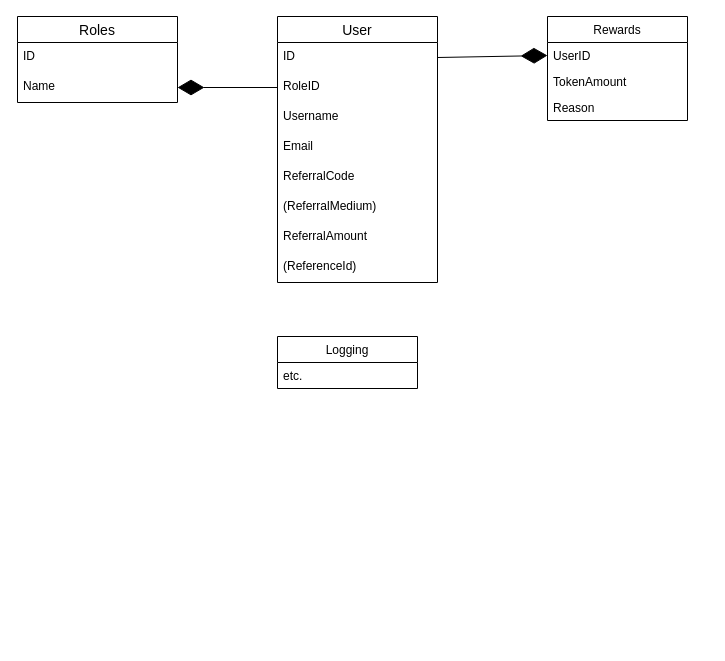
minima-global/incentivecash keeps this draw.io diagram as docs/images/dbase.drawio. Above is the earlier version. Source tidied: cells renumbered, new cells numbered last; positions are measured from the earlier drawing's top-left corner, leaving out a move shared by most shapes. Both pictures are drawn from the tidied source at 100%, with x=0, y=0 at pixel (17, 16).
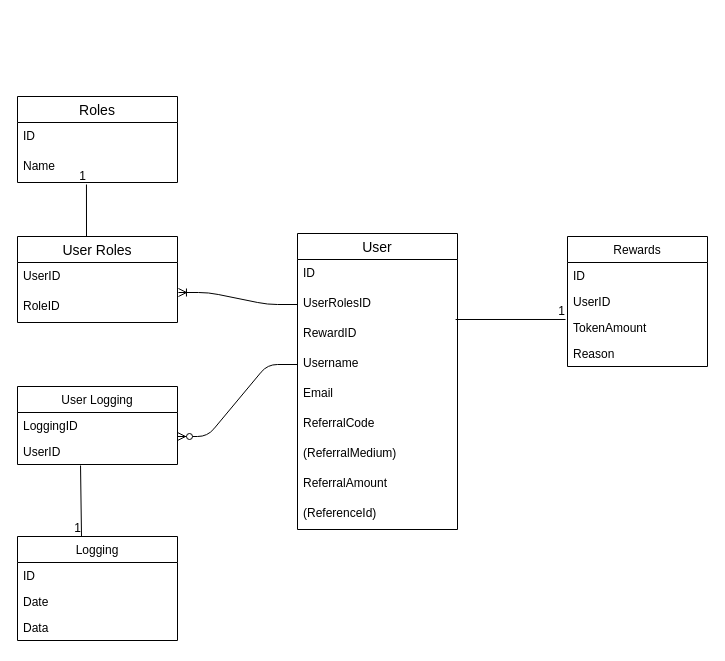
After the change.

The change refers to these unchanged cells:
```xml
<mxCell id="3" value="ID" style="text;strokeColor=none;fillColor=none;spacingLeft=4;spacingRight=4;overflow=hidden;points=[[0,0.5],[1,0.5]];portConstraint=eastwest;fontSize=12;" parent="2" vertex="1">
  <mxGeometry y="26" width="160" height="30" as="geometry" />
</mxCell>
<mxCell id="13" value="Name" style="text;strokeColor=none;fillColor=none;spacingLeft=4;spacingRight=4;overflow=hidden;points=[[0,0.5],[1,0.5]];portConstraint=eastwest;fontSize=12;" parent="11" vertex="1">
  <mxGeometry y="56" width="160" height="30" as="geometry" />
</mxCell>
```

Change to the diagram source:
```diff
@@
     <mxCell id="2" value="User" style="swimlane;fontStyle=0;horizontal=1;startSize=26;align=center;fontSize=14;" parent="1" vertex="1">
-      <mxGeometry x="260" width="160" height="266" as="geometry" />
+      <mxGeometry x="280" y="217" width="160" height="296" as="geometry" />
     </mxCell>
@@
-    <mxCell id="4" value="RoleID" style="text;strokeColor=none;fillColor=none;spacingLeft=4;spacingRight=4;overflow=hidden;points=[[0,0.5],[1,0.5]];portConstraint=eastwest;fontSize=12;" parent="2" vertex="1">
+    <mxCell id="4" value="UserRolesID" style="text;strokeColor=none;fillColor=none;spacingLeft=4;spacingRight=4;overflow=hidden;points=[[0,0.5],[1,0.5]];portConstraint=eastwest;fontSize=12;" parent="2" vertex="1">
       <mxGeometry y="56" width="160" height="30" as="geometry" />
     </mxCell>
+    <mxCell id="22" value="RewardID" style="text;strokeColor=none;fillColor=none;spacingLeft=4;spacingRight=4;overflow=hidden;points=[[0,0.5],[1,0.5]];portConstraint=eastwest;fontSize=12;" parent="2" vertex="1">
+      <mxGeometry y="86" width="160" height="30" as="geometry" />
+    </mxCell>
     <mxCell id="5" value="Username" style="text;strokeColor=none;fillColor=none;spacingLeft=4;spacingRight=4;overflow=hidden;points=[[0,0.5],[1,0.5]];portConstraint=eastwest;fontSize=12;" parent="2" vertex="1">
-      <mxGeometry y="86" width="160" height="30" as="geometry" />
+      <mxGeometry y="116" width="160" height="30" as="geometry" />
     </mxCell>
     <mxCell id="6" value="Email" style="text;strokeColor=none;fillColor=none;spacingLeft=4;spacingRight=4;overflow=hidden;fontSize=12;" parent="2" vertex="1">
-      <mxGeometry y="116" width="160" height="30" as="geometry" />
+      <mxGeometry y="146" width="160" height="30" as="geometry" />
     </mxCell>
     <mxCell id="7" value="ReferralCode" style="text;strokeColor=none;fillColor=none;spacingLeft=4;spacingRight=4;overflow=hidden;fontSize=12;" parent="2" vertex="1">
-      <mxGeometry y="146" width="160" height="30" as="geometry" />
+      <mxGeometry y="176" width="160" height="30" as="geometry" />
     </mxCell>
     <mxCell id="8" value="(ReferralMedium)" style="text;strokeColor=none;fillColor=none;spacingLeft=4;spacingRight=4;overflow=hidden;fontSize=12;" parent="2" vertex="1">
-      <mxGeometry y="176" width="160" height="30" as="geometry" />
+      <mxGeometry y="206" width="160" height="30" as="geometry" />
     </mxCell>
     <mxCell id="9" value="ReferralAmount" style="text;strokeColor=none;fillColor=none;spacingLeft=4;spacingRight=4;overflow=hidden;fontSize=12;" parent="2" vertex="1">
-      <mxGeometry y="206" width="160" height="30" as="geometry" />
+      <mxGeometry y="236" width="160" height="30" as="geometry" />
     </mxCell>
     <mxCell id="10" value="(ReferenceId)&#10;" style="text;strokeColor=none;fillColor=none;spacingLeft=4;spacingRight=4;overflow=hidden;fontSize=12;" parent="2" vertex="1">
-      <mxGeometry y="236" width="160" height="30" as="geometry" />
+      <mxGeometry y="266" width="160" height="30" as="geometry" />
     </mxCell>
     <mxCell id="11" value="Roles" style="swimlane;fontStyle=0;horizontal=1;startSize=26;align=center;fontSize=14;" parent="1" vertex="1">
-      <mxGeometry width="160" height="86" as="geometry" />
+      <mxGeometry y="80" width="160" height="86" as="geometry" />
     </mxCell>
@@
-    <mxCell id="14" style="endArrow=diamondThin;endFill=1;endSize=24;html=1;" parent="1" edge="1" source="4" target="13">
-      <mxGeometry relative="1" as="geometry" />
-    </mxCell>
     <mxCell id="15" value="Rewards" style="swimlane;fontStyle=0;horizontal=1;startSize=26;fillColor=none;" parent="1" vertex="1">
-      <mxGeometry x="530" width="140" height="104" as="geometry" />
+      <mxGeometry x="550" y="220" width="140" height="130" as="geometry" />
     </mxCell>
-    <mxCell id="16" value="UserID" style="text;strokeColor=none;fillColor=none;align=left;verticalAlign=top;spacingLeft=4;spacingRight=4;overflow=hidden;points=[[0,0.5],[1,0.5]];portConstraint=eastwest;" parent="15" vertex="1">
+    <mxCell id="16" value="ID" style="text;strokeColor=none;fillColor=none;align=left;verticalAlign=top;spacingLeft=4;spacingRight=4;overflow=hidden;points=[[0,0.5],[1,0.5]];portConstraint=eastwest;" parent="15" vertex="1">
       <mxGeometry y="26" width="140" height="26" as="geometry" />
     </mxCell>
+    <mxCell id="23" value="UserID" style="text;strokeColor=none;fillColor=none;align=left;verticalAlign=top;spacingLeft=4;spacingRight=4;overflow=hidden;" parent="15" vertex="1">
+      <mxGeometry y="52" width="140" height="26" as="geometry" />
+    </mxCell>
     <mxCell id="17" value="TokenAmount" style="text;strokeColor=none;fillColor=none;align=left;verticalAlign=top;spacingLeft=4;spacingRight=4;overflow=hidden;points=[[0,0.5],[1,0.5]];portConstraint=eastwest;" parent="15" vertex="1">
-      <mxGeometry y="52" width="140" height="26" as="geometry" />
+      <mxGeometry y="78" width="140" height="26" as="geometry" />
     </mxCell>
     <mxCell id="18" value="Reason" style="text;strokeColor=none;fillColor=none;align=left;verticalAlign=top;spacingLeft=4;spacingRight=4;overflow=hidden;" parent="15" vertex="1">
-      <mxGeometry y="78" width="140" height="26" as="geometry" />
+      <mxGeometry y="104" width="140" height="26" as="geometry" />
     </mxCell>
-    <mxCell id="19" style="endArrow=diamondThin;endFill=1;endSize=24;html=1;entryX=0;entryY=0.5;entryDx=0;entryDy=0;exitX=1;exitY=0.5;exitDx=0;exitDy=0;" parent="1" edge="1" source="3" target="16">
-      <mxGeometry relative="1" as="geometry" />
-    </mxCell>
     <mxCell id="20" value="Logging" style="swimlane;fontStyle=0;horizontal=1;startSize=26;fillColor=none;" parent="1" vertex="1">
-      <mxGeometry x="260" y="320" width="140" height="52" as="geometry" />
+      <mxGeometry y="520" width="160" height="104" as="geometry" />
     </mxCell>
-    <mxCell id="21" value="etc." style="text;strokeColor=none;fillColor=none;align=left;verticalAlign=top;spacingLeft=4;spacingRight=4;overflow=hidden;" parent="20" vertex="1">
-      <mxGeometry y="26" width="140" height="26" as="geometry" />
+    <mxCell id="21" value="ID" style="text;strokeColor=none;fillColor=none;align=left;verticalAlign=top;spacingLeft=4;spacingRight=4;overflow=hidden;" parent="20" vertex="1">
+      <mxGeometry y="26" width="160" height="26" as="geometry" />
     </mxCell>
+    <mxCell id="24" value="Date" style="text;strokeColor=none;fillColor=none;align=left;verticalAlign=top;spacingLeft=4;spacingRight=4;overflow=hidden;" parent="20" vertex="1">
+      <mxGeometry y="52" width="160" height="26" as="geometry" />
+    </mxCell>
+    <mxCell id="25" value="Data" style="text;strokeColor=none;fillColor=none;align=left;verticalAlign=top;spacingLeft=4;spacingRight=4;overflow=hidden;" parent="20" vertex="1">
+      <mxGeometry y="78" width="160" height="26" as="geometry" />
+    </mxCell>
+    <mxCell id="26" value="User Roles" style="swimlane;fontStyle=0;horizontal=1;startSize=26;align=center;fontSize=14;" parent="1" vertex="1">
+      <mxGeometry y="220" width="160" height="86" as="geometry" />
+    </mxCell>
+    <mxCell id="27" value="UserID" style="text;strokeColor=none;fillColor=none;spacingLeft=4;spacingRight=4;overflow=hidden;fontSize=12;" parent="26" vertex="1">
+      <mxGeometry y="26" width="160" height="30" as="geometry" />
+    </mxCell>
+    <mxCell id="28" value="RoleID" style="text;strokeColor=none;fillColor=none;spacingLeft=4;spacingRight=4;overflow=hidden;points=[[0,0.5],[1,0.5]];portConstraint=eastwest;fontSize=12;" parent="26" vertex="1">
+      <mxGeometry y="56" width="160" height="30" as="geometry" />
+    </mxCell>
+    <mxCell id="29" value="User Logging" style="swimlane;fontStyle=0;horizontal=1;startSize=26;fillColor=none;" parent="1" vertex="1">
+      <mxGeometry y="370" width="160" height="78" as="geometry" />
+    </mxCell>
+    <mxCell id="30" value="LoggingID" style="text;strokeColor=none;fillColor=none;align=left;verticalAlign=top;spacingLeft=4;spacingRight=4;overflow=hidden;points=[[0,0.5],[1,0.5]];portConstraint=eastwest;" parent="29" vertex="1">
+      <mxGeometry y="26" width="160" height="26" as="geometry" />
+    </mxCell>
+    <mxCell id="31" value="UserID" style="text;strokeColor=none;fillColor=none;align=left;verticalAlign=top;spacingLeft=4;spacingRight=4;overflow=hidden;points=[[0,0.5],[1,0.5]];portConstraint=eastwest;" parent="29" vertex="1">
+      <mxGeometry y="52" width="160" height="26" as="geometry" />
+    </mxCell>
+    <mxCell id="32" style="edgeStyle=entityRelationEdgeStyle;fontSize=12;html=1;endArrow=ERoneToMany;entryX=1.006;entryY=0;entryDx=0;entryDy=0;entryPerimeter=0;exitX=0;exitY=0.5;exitDx=0;exitDy=0;" parent="1" edge="1" source="4" target="28">
+      <mxGeometry relative="1" as="geometry" />
+    </mxCell>
+    <mxCell id="33" style="edgeStyle=entityRelationEdgeStyle;fontSize=12;html=1;endArrow=ERzeroToMany;endFill=1;entryX=1;entryY=0.923;entryDx=0;entryDy=0;entryPerimeter=0;exitX=0;exitY=0.5;exitDx=0;exitDy=0;" parent="1" edge="1" source="5" target="30">
+      <mxGeometry relative="1" as="geometry" />
+    </mxCell>
+    <mxCell id="34" style="endArrow=none;html=1;rounded=0;exitX=0.394;exitY=1.038;exitDx=0;exitDy=0;exitPerimeter=0;entryX=0.4;entryY=0;entryDx=0;entryDy=0;entryPerimeter=0;" parent="1" edge="1" source="31" target="20">
+      <mxGeometry relative="1" as="geometry" />
+    </mxCell>
+    <mxCell id="35" value="1" style="html=1;align=right;verticalAlign=bottom;" parent="34" vertex="1">
+      <mxGeometry x="1" relative="1" as="geometry" />
+    </mxCell>
+    <mxCell id="36" style="endArrow=none;html=1;rounded=0;entryX=0.431;entryY=1.067;entryDx=0;entryDy=0;entryPerimeter=0;" parent="1" edge="1" target="13">
+      <mxGeometry relative="1" as="geometry">
+        <mxPoint x="69" y="220" as="sourcePoint" />
+      </mxGeometry>
+    </mxCell>
+    <mxCell id="37" value="1" style="html=1;align=right;verticalAlign=bottom;" parent="36" vertex="1">
+      <mxGeometry x="1" relative="1" as="geometry" />
+    </mxCell>
+    <mxCell id="38" style="endArrow=none;html=1;rounded=0;entryX=-0.014;entryY=0.192;entryDx=0;entryDy=0;entryPerimeter=0;exitX=0.988;exitY=0;exitDx=0;exitDy=0;exitPerimeter=0;" parent="1" edge="1" source="22" target="17">
+      <mxGeometry relative="1" as="geometry" />
+    </mxCell>
+    <mxCell id="39" value="1" style="html=1;align=right;verticalAlign=bottom;" parent="38" vertex="1">
+      <mxGeometry x="1" relative="1" as="geometry" />
+    </mxCell>
```
